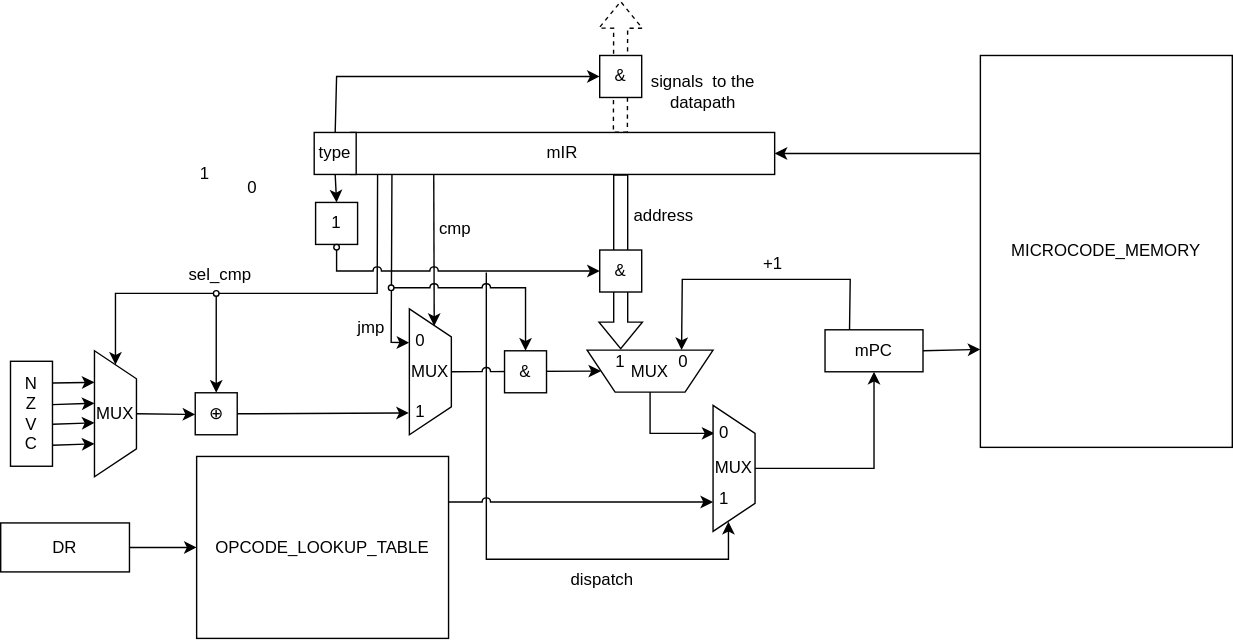
This is assets/control_unit/scheme.svg from AstroSoup/computer-system-architecture-lab-4, a draw.io export, as it was before one commit. Source tidied: cells renumbered, new cells last; positions are measured from the earlier drawing's top-left corner, leaving out a move shared by most shapes.
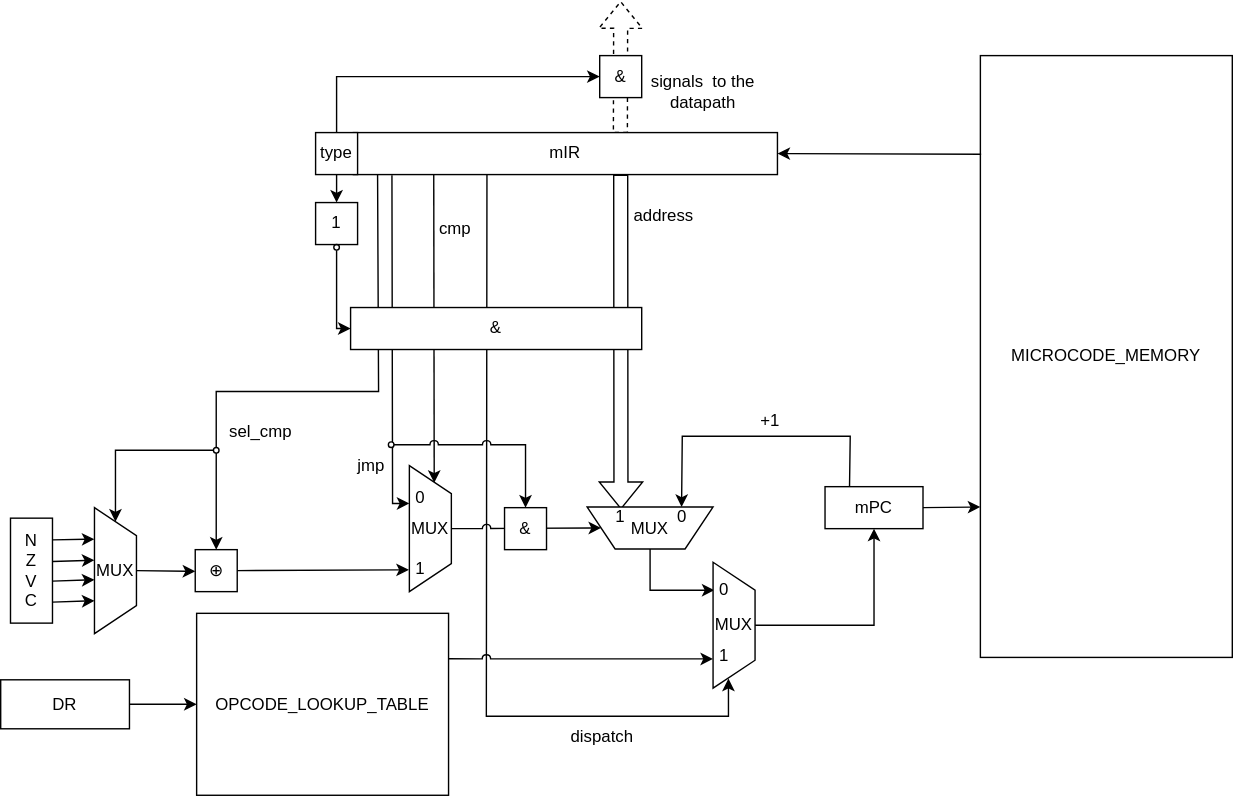
Above is the later version.

The edit, as a diff of the source:
```diff
@@ -2,9 +2,16 @@
   <root>
     <mxCell id="0" />
     <mxCell id="1" parent="0" />
+    <mxCell id="38" style="endArrow=classic;html=1;rounded=0;entryX=0.102;entryY=0.649;entryDx=0;entryDy=0;entryPerimeter=0;exitX=0.137;exitY=1.015;exitDx=0;exitDy=0;exitPerimeter=0;" parent="1" edge="1" target="53">
+      <mxGeometry relative="1" as="geometry">
+        <mxPoint x="279.6" y="12.4" as="sourcePoint" />
+        <Array as="points">
+          <mxPoint x="280" y="247" />
+        </Array>
+      </mxGeometry>
+    </mxCell>
-    <mxCell id="2" style="endArrow=classic;html=1;rounded=0;exitX=0.33;exitY=1.036;exitDx=0;exitDy=0;exitPerimeter=0;entryX=0.649;entryY=1.038;entryDx=0;entryDy=0;entryPerimeter=0;" parent="1" edge="1" target="56">
+    <mxCell id="2" style="endArrow=classic;html=1;rounded=0;exitX=0.315;exitY=0.965;exitDx=0;exitDy=0;exitPerimeter=0;entryX=0.649;entryY=1.038;entryDx=0;entryDy=0;entryPerimeter=0;" parent="1" edge="1" source="7" target="56">
       <mxGeometry relative="1" as="geometry">
-        <mxPoint x="347" y="194" as="sourcePoint" />
         <Array as="points">
           <mxPoint x="347" y="399" />
           <mxPoint x="520" y="399" />
@@ -13,28 +20,28 @@
     </mxCell>
     <mxCell id="3" style="endArrow=classic;html=1;rounded=0;exitX=0.091;exitY=1.013;exitDx=0;exitDy=0;exitPerimeter=0;entryX=0.5;entryY=0;entryDx=0;entryDy=0;" parent="1" edge="1" target="59">
       <mxGeometry relative="1" as="geometry">
-        <mxPoint x="269.3" y="124.4" as="sourcePoint" />
+        <mxPoint x="269.3" y="12.4" as="sourcePoint" />
         <Array as="points">
-          <mxPoint x="269" y="209" />
-          <mxPoint x="154" y="209" />
+          <mxPoint x="270" y="167" />
+          <mxPoint x="154" y="167" />
         </Array>
       </mxGeometry>
     </mxCell>
     <mxCell id="4" style="endArrow=classic;html=1;rounded=0;exitX=0.105;exitY=0.998;exitDx=0;exitDy=0;exitPerimeter=0;entryX=0.136;entryY=0.408;entryDx=0;entryDy=0;entryPerimeter=0;" parent="1" edge="1" target="33">
       <mxGeometry relative="1" as="geometry">
-        <mxPoint x="309.4" y="123.9" as="sourcePoint" />
+        <mxPoint x="309.4" y="11.9" as="sourcePoint" />
       </mxGeometry>
     </mxCell>
     <mxCell id="5" value="mPC" style="whiteSpace=wrap;html=1;" parent="1" vertex="1">
       <mxGeometry x="589" y="235" width="70" height="30" as="geometry" />
     </mxCell>
     <mxCell id="6" value="MICROCODE_MEMORY" style="rounded=0;whiteSpace=wrap;html=1;" parent="1" vertex="1">
-      <mxGeometry x="700" y="39" width="180" height="280" as="geometry" />
+      <mxGeometry x="700" y="-73" width="180" height="430" as="geometry" />
     </mxCell>
     <mxCell id="7" value="mIR" style="whiteSpace=wrap;html=1;" parent="1" vertex="1">
-      <mxGeometry x="250" y="94" width="303" height="30" as="geometry" />
+      <mxGeometry x="252" y="-18" width="303" height="30" as="geometry" />
     </mxCell>
-    <mxCell id="8" style="endArrow=classic;html=1;rounded=0;exitX=0;exitY=0.25;exitDx=0;exitDy=0;entryX=1;entryY=0.5;entryDx=0;entryDy=0;" parent="1" edge="1" source="6" target="7">
+    <mxCell id="8" style="endArrow=classic;html=1;rounded=0;exitX=0.003;exitY=0.164;exitDx=0;exitDy=0;entryX=1;entryY=0.5;entryDx=0;entryDy=0;exitPerimeter=0;" parent="1" edge="1" source="6" target="7">
       <mxGeometry relative="1" as="geometry" />
     </mxCell>
     <mxCell id="9" style="endArrow=classic;html=1;rounded=0;exitX=1;exitY=0.5;exitDx=0;exitDy=0;entryX=0;entryY=0.75;entryDx=0;entryDy=0;" parent="1" edge="1" source="5" target="6">
@@ -42,31 +49,31 @@
     </mxCell>
     <mxCell id="10" style="shape=flexArrow;endArrow=classic;html=1;rounded=0;exitX=0.842;exitY=0.011;exitDx=0;exitDy=0;dashed=1;exitPerimeter=0;" parent="1" edge="1">
       <mxGeometry relative="1" as="geometry">
-        <mxPoint x="442.8" y="94.3" as="sourcePoint" />
-        <mxPoint x="443" as="targetPoint" />
+        <mxPoint x="442.8" y="-17.7" as="sourcePoint" />
+        <mxPoint x="443" y="-112" as="targetPoint" />
       </mxGeometry>
     </mxCell>
     <mxCell id="11" value="signals&amp;nbsp; to the datapath" style="text;html=1;whiteSpace=wrap;strokeColor=none;fillColor=none;align=center;verticalAlign=middle;rounded=0;" parent="1" vertex="1">
-      <mxGeometry x="449" y="50" width="106" height="30" as="geometry" />
+      <mxGeometry x="449" y="-62" width="106" height="30" as="geometry" />
     </mxCell>
     <mxCell id="12" value="type" style="whiteSpace=wrap;html=1;" parent="1" vertex="1">
-      <mxGeometry x="224" y="94" width="30" height="30" as="geometry" />
+      <mxGeometry x="225" y="-18" width="30" height="30" as="geometry" />
     </mxCell>
     <mxCell id="13" style="endArrow=classic;html=1;rounded=0;exitX=0.5;exitY=1;exitDx=0;exitDy=0;entryX=0.5;entryY=0;entryDx=0;entryDy=0;" parent="1" edge="1" source="12" target="17">
       <mxGeometry relative="1" as="geometry" />
     </mxCell>
     <mxCell id="14" value="&amp;amp;" style="whiteSpace=wrap;html=1;" parent="1" vertex="1">
-      <mxGeometry x="428" y="39" width="30" height="30" as="geometry" />
+      <mxGeometry x="428" y="-73" width="30" height="30" as="geometry" />
     </mxCell>
     <mxCell id="15" style="endArrow=classic;html=1;rounded=0;exitX=0.5;exitY=0;exitDx=0;exitDy=0;entryX=0;entryY=0.5;entryDx=0;entryDy=0;" parent="1" edge="1" source="12" target="14">
       <mxGeometry relative="1" as="geometry">
         <Array as="points">
-          <mxPoint x="240" y="54" />
+          <mxPoint x="240" y="-58" />
         </Array>
       </mxGeometry>
     </mxCell>
     <mxCell id="16" style="group;" parent="1" vertex="1">
-      <mxGeometry x="225" y="144" width="30" height="34" as="geometry" />
+      <mxGeometry x="225" y="32" width="30" height="34" as="geometry" />
     </mxCell>
     <mxCell id="17" value="1" style="whiteSpace=wrap;html=1;" parent="16" vertex="1">
       <mxGeometry width="30" height="30" as="geometry" />
@@ -77,21 +84,13 @@
     <mxCell id="19" value="N&lt;br&gt;Z&lt;br&gt;V&lt;br&gt;C" style="rounded=0;whiteSpace=wrap;html=1;direction=south;" parent="1" vertex="1">
       <mxGeometry x="7" y="257.5" width="30" height="75" as="geometry" />
     </mxCell>
-    <mxCell id="20" style="endArrow=classic;html=1;rounded=0;entryX=0;entryY=0.5;entryDx=0;entryDy=0;exitX=0.5;exitY=1;exitDx=0;exitDy=0;jumpStyle=arc;" parent="1" edge="1" source="18" target="22">
-      <mxGeometry relative="1" as="geometry">
-        <Array as="points">
-          <mxPoint x="240" y="193" />
-        </Array>
-      </mxGeometry>
-    </mxCell>
-    <mxCell id="21" style="shape=flexArrow;endArrow=classic;html=1;rounded=0;" parent="1" edge="1">
+    <mxCell id="21" style="shape=flexArrow;endArrow=classic;html=1;rounded=0;entryX=0.731;entryY=0.944;entryDx=0;entryDy=0;entryPerimeter=0;" parent="1" edge="1" target="29">
       <mxGeometry relative="1" as="geometry">
-        <mxPoint x="443" y="124" as="sourcePoint" />
-        <mxPoint x="443" y="249" as="targetPoint" />
+        <mxPoint x="443" y="12" as="sourcePoint" />
       </mxGeometry>
     </mxCell>
     <mxCell id="22" value="&amp;amp;" style="whiteSpace=wrap;html=1;" parent="1" vertex="1">
-      <mxGeometry x="428" y="178" width="30" height="30" as="geometry" />
+      <mxGeometry x="250" y="107" width="208" height="30" as="geometry" />
     </mxCell>
     <mxCell id="23" value="MUX" style="shape=trapezoid;perimeter=trapezoidPerimeter;whiteSpace=wrap;html=1;fixedSize=1;direction=east;rotation=90;horizontal=0;" parent="1" vertex="1">
       <mxGeometry x="37" y="280" width="90" height="30" as="geometry" />
@@ -134,7 +133,7 @@
       </mxGeometry>
     </mxCell>
     <mxCell id="31" value="+1" style="text;html=1;whiteSpace=wrap;strokeColor=none;fillColor=none;align=center;verticalAlign=middle;rounded=0;" parent="1" vertex="1">
-      <mxGeometry x="522" y="173" width="60" height="30" as="geometry" />
+      <mxGeometry x="520" y="173" width="60" height="30" as="geometry" />
     </mxCell>
     <mxCell id="32" style="endArrow=classic;html=1;rounded=0;exitX=0.5;exitY=0;exitDx=0;exitDy=0;" parent="1" edge="1" source="29">
       <mxGeometry relative="1" as="geometry">
@@ -163,22 +162,14 @@
     <mxCell id="37" style="endArrow=classic;html=1;rounded=0;entryX=1;entryY=0.5;entryDx=0;entryDy=0;exitX=0.5;exitY=0;exitDx=0;exitDy=0;jumpStyle=arc;" parent="1" edge="1" source="33" target="29">
       <mxGeometry relative="1" as="geometry" />
     </mxCell>
-    <mxCell id="38" style="endArrow=classic;html=1;rounded=0;entryX=0.269;entryY=1.003;entryDx=0;entryDy=0;entryPerimeter=0;exitX=0.137;exitY=1.015;exitDx=0;exitDy=0;exitPerimeter=0;" parent="1" edge="1" target="33">
-      <mxGeometry relative="1" as="geometry">
-        <mxPoint x="279.6" y="124.4" as="sourcePoint" />
-        <Array as="points">
-          <mxPoint x="279" y="244" />
-        </Array>
-      </mxGeometry>
-    </mxCell>
     <mxCell id="39" value="jmp" style="text;html=1;whiteSpace=wrap;strokeColor=none;fillColor=none;align=center;verticalAlign=middle;rounded=0;" parent="1" vertex="1">
-      <mxGeometry x="235" y="219" width="60" height="30" as="geometry" />
+      <mxGeometry x="235" y="205" width="60" height="30" as="geometry" />
     </mxCell>
     <mxCell id="40" value="sel_cmp" style="text;html=1;whiteSpace=wrap;strokeColor=none;fillColor=none;align=center;verticalAlign=middle;rounded=0;" parent="1" vertex="1">
-      <mxGeometry x="127" y="181" width="60" height="30" as="geometry" />
+      <mxGeometry x="156" y="181" width="60" height="30" as="geometry" />
     </mxCell>
     <mxCell id="41" value="address" style="text;html=1;whiteSpace=wrap;strokeColor=none;fillColor=none;align=center;verticalAlign=middle;rounded=0;" parent="1" vertex="1">
-      <mxGeometry x="444" y="139" width="60" height="30" as="geometry" />
+      <mxGeometry x="444" y="27" width="60" height="30" as="geometry" />
     </mxCell>
     <mxCell id="42" value="OPCODE_LOOKUP_TABLE" style="rounded=0;whiteSpace=wrap;html=1;" parent="1" vertex="1">
       <mxGeometry x="140" y="325.5" width="180" height="130" as="geometry" />
@@ -205,26 +196,20 @@
         </Array>
       </mxGeometry>
     </mxCell>
-    <mxCell id="49" value="1" style="text;html=1;whiteSpace=wrap;strokeColor=none;fillColor=none;align=center;verticalAlign=middle;rounded=0;" parent="1" vertex="1">
-      <mxGeometry x="136" y="109" width="20" height="30" as="geometry" />
-    </mxCell>
     <mxCell id="50" value="1" style="text;html=1;whiteSpace=wrap;strokeColor=none;fillColor=none;align=center;verticalAlign=middle;rounded=0;" parent="1" vertex="1">
       <mxGeometry x="290" y="279" width="20" height="30" as="geometry" />
     </mxCell>
     <mxCell id="51" value="cmp" style="text;html=1;whiteSpace=wrap;strokeColor=none;fillColor=none;align=center;verticalAlign=middle;rounded=0;" parent="1" vertex="1">
-      <mxGeometry x="295" y="148" width="60" height="30" as="geometry" />
+      <mxGeometry x="295" y="36" width="60" height="30" as="geometry" />
     </mxCell>
-    <mxCell id="52" value="0" style="text;html=1;whiteSpace=wrap;strokeColor=none;fillColor=none;align=center;verticalAlign=middle;rounded=0;" parent="1" vertex="1">
-      <mxGeometry x="170" y="119" width="20" height="30" as="geometry" />
-    </mxCell>
     <mxCell id="53" value="0" style="text;html=1;whiteSpace=wrap;strokeColor=none;fillColor=none;align=center;verticalAlign=middle;rounded=0;" parent="1" vertex="1">
       <mxGeometry x="290" y="227.5" width="20" height="30" as="geometry" />
     </mxCell>
     <mxCell id="54" value="0" style="text;html=1;whiteSpace=wrap;strokeColor=none;fillColor=none;align=center;verticalAlign=middle;rounded=0;" parent="1" vertex="1">
-      <mxGeometry x="478" y="243" width="20" height="30" as="geometry" />
+      <mxGeometry x="477" y="249" width="20" height="16" as="geometry" />
     </mxCell>
     <mxCell id="55" value="1" style="text;html=1;whiteSpace=wrap;strokeColor=none;fillColor=none;align=center;verticalAlign=middle;rounded=0;" parent="1" vertex="1">
-      <mxGeometry x="433" y="243" width="20" height="30" as="geometry" />
+      <mxGeometry x="433" y="249" width="20" height="16" as="geometry" />
     </mxCell>
     <mxCell id="56" value="1" style="text;html=1;whiteSpace=wrap;strokeColor=none;fillColor=none;align=center;verticalAlign=middle;rounded=0;" parent="1" vertex="1">
       <mxGeometry x="507" y="341" width="20" height="30" as="geometry" />
@@ -251,5 +236,12 @@
         </Array>
       </mxGeometry>
     </mxCell>
+    <mxCell id="20" style="endArrow=classic;html=1;rounded=0;exitX=0.5;exitY=1;exitDx=0;exitDy=0;entryX=0;entryY=0.5;entryDx=0;entryDy=0;" parent="1" edge="1" source="18" target="22">
+      <mxGeometry relative="1" as="geometry">
+        <Array as="points">
+          <mxPoint x="240" y="122" />
+        </Array>
+      </mxGeometry>
+    </mxCell>
   </root>
 </mxGraphModel>
```
